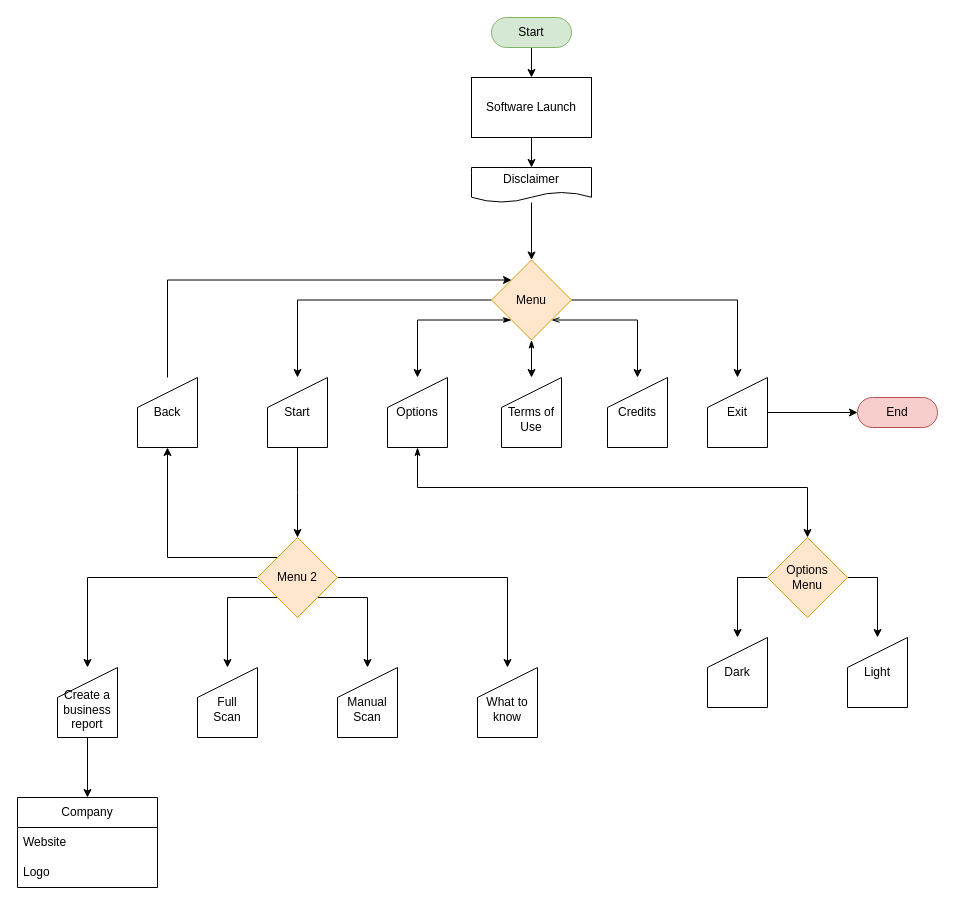
Above: draw.io/PenAutomate.drawio in GigiMad/PenAutomate (draw.io), before the change. Source tidied: cells renumbered, new cells numbered last; positions are measured from the earlier drawing's top-left corner, leaving out a move shared by most shapes. Both pictures are drawn from the tidied source at 100%, with x=0, y=0 at pixel (17, 17).
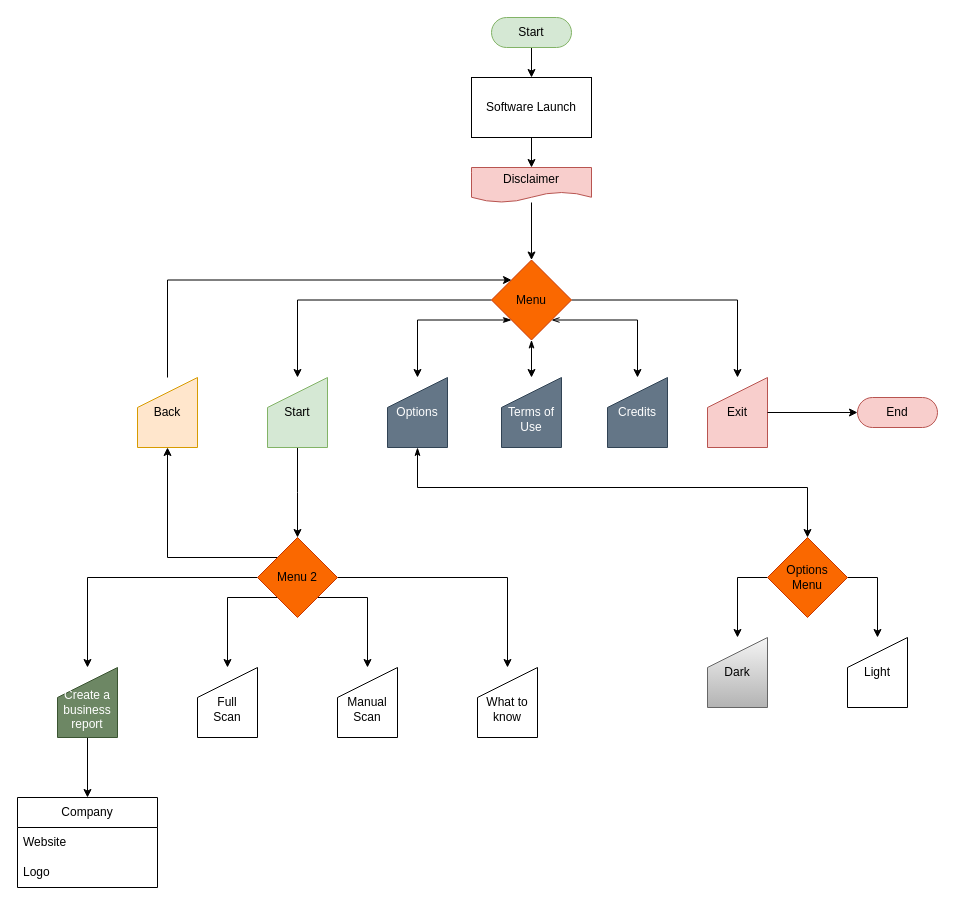
After the change.

Commit message:
Mettre à jour PenAutomate.drawio

What changed in the source:
```diff
@@
-    <mxCell id="7" value="Disclaimer" style="shape=document;whiteSpace=wrap;html=1;boundedLbl=1;dashed=0;" parent="1" vertex="1">
+    <mxCell id="7" value="Disclaimer" style="shape=document;whiteSpace=wrap;html=1;boundedLbl=1;dashed=0;fillColor=#f8cecc;strokeColor=#b85450;" parent="1" vertex="1">
       <mxGeometry x="454" y="150" width="120" height="35" as="geometry" />
     </mxCell>
@@
-    <mxCell id="13" value="Menu" style="rhombus;whiteSpace=wrap;html=1;dashed=0;fillColor=#ffe6cc;strokeColor=#d79b00;" parent="1" vertex="1">
+    <mxCell id="13" value="Menu" style="rhombus;whiteSpace=wrap;html=1;dashed=0;fillColor=#fa6800;strokeColor=#C73500;fontColor=#000000;" parent="1" vertex="1">
       <mxGeometry x="474" y="242.5" width="80" height="80" as="geometry" />
     </mxCell>
-    <mxCell id="14" value="&lt;br&gt;Terms of&lt;br&gt;Use" style="shape=manualInput;whiteSpace=wrap;html=1;" parent="1" vertex="1">
+    <mxCell id="14" value="&lt;br&gt;Terms of&lt;br&gt;Use" style="shape=manualInput;whiteSpace=wrap;html=1;fillColor=#647687;strokeColor=#314354;fontColor=#ffffff;" parent="1" vertex="1">
       <mxGeometry x="484" y="360" width="60" height="70" as="geometry" />
     </mxCell>
-    <mxCell id="15" value="Credits" style="shape=manualInput;whiteSpace=wrap;html=1;" parent="1" vertex="1">
+    <mxCell id="15" value="Credits" style="shape=manualInput;whiteSpace=wrap;html=1;fillColor=#647687;strokeColor=#314354;fontColor=#ffffff;" parent="1" vertex="1">
       <mxGeometry x="590" y="360" width="60" height="70" as="geometry" />
     </mxCell>
-    <mxCell id="16" value="Exit" style="shape=manualInput;whiteSpace=wrap;html=1;" parent="1" vertex="1">
+    <mxCell id="16" value="Exit" style="shape=manualInput;whiteSpace=wrap;html=1;fillColor=#f8cecc;strokeColor=#b85450;" parent="1" vertex="1">
       <mxGeometry x="690" y="360" width="60" height="70" as="geometry" />
     </mxCell>
@@
-    <mxCell id="18" value="Options" style="shape=manualInput;whiteSpace=wrap;html=1;" parent="1" vertex="1">
+    <mxCell id="18" value="Options" style="shape=manualInput;whiteSpace=wrap;html=1;fillColor=#647687;fontColor=#ffffff;strokeColor=#314354;" parent="1" vertex="1">
       <mxGeometry x="370" y="360" width="60" height="70" as="geometry" />
     </mxCell>
@@
-    <mxCell id="20" value="Start" style="shape=manualInput;whiteSpace=wrap;html=1;" parent="1" vertex="1">
+    <mxCell id="20" value="Start" style="shape=manualInput;whiteSpace=wrap;html=1;fillColor=#d5e8d4;strokeColor=#82b366;" parent="1" vertex="1">
       <mxGeometry x="250" y="360" width="60" height="70" as="geometry" />
     </mxCell>
@@
-    <mxCell id="28" value="Menu 2" style="rhombus;whiteSpace=wrap;html=1;dashed=0;fillColor=#ffe6cc;strokeColor=#d79b00;" parent="1" vertex="1">
+    <mxCell id="28" value="Menu 2" style="rhombus;whiteSpace=wrap;html=1;dashed=0;fillColor=#fa6800;strokeColor=#C73500;fontColor=#000000;" parent="1" vertex="1">
       <mxGeometry x="240" y="520" width="80" height="80" as="geometry" />
     </mxCell>
@@
-    <mxCell id="32" value="&lt;br&gt;Create a business&lt;br&gt;report" style="shape=manualInput;whiteSpace=wrap;html=1;" parent="1" vertex="1">
+    <mxCell id="32" value="&lt;br&gt;Create a business&lt;br&gt;report" style="shape=manualInput;whiteSpace=wrap;html=1;fillColor=#6d8764;fontColor=#ffffff;strokeColor=#3A5431;" parent="1" vertex="1">
       <mxGeometry x="40" y="650" width="60" height="70" as="geometry" />
     </mxCell>
@@
-    <mxCell id="35" value="Back" style="shape=manualInput;whiteSpace=wrap;html=1;" parent="1" vertex="1">
+    <mxCell id="35" value="Back" style="shape=manualInput;whiteSpace=wrap;html=1;fillColor=#ffe6cc;strokeColor=#d79b00;" parent="1" vertex="1">
       <mxGeometry x="120" y="360" width="60" height="70" as="geometry" />
     </mxCell>
@@
-    <mxCell id="38" value="Options&lt;br&gt;Menu" style="rhombus;whiteSpace=wrap;html=1;dashed=0;fillColor=#ffe6cc;strokeColor=#d79b00;" parent="1" vertex="1">
+    <mxCell id="38" value="Options&lt;br&gt;Menu" style="rhombus;whiteSpace=wrap;html=1;dashed=0;fillColor=#fa6800;strokeColor=#C73500;fontColor=#000000;" parent="1" vertex="1">
       <mxGeometry x="750" y="520" width="80" height="80" as="geometry" />
     </mxCell>
@@
-    <mxCell id="40" value="Dark" style="shape=manualInput;whiteSpace=wrap;html=1;" parent="1" vertex="1">
+    <mxCell id="40" value="Dark" style="shape=manualInput;whiteSpace=wrap;html=1;fillColor=#f5f5f5;gradientColor=#b3b3b3;strokeColor=#666666;" parent="1" vertex="1">
       <mxGeometry x="690" y="620" width="60" height="70" as="geometry" />
     </mxCell>
```
